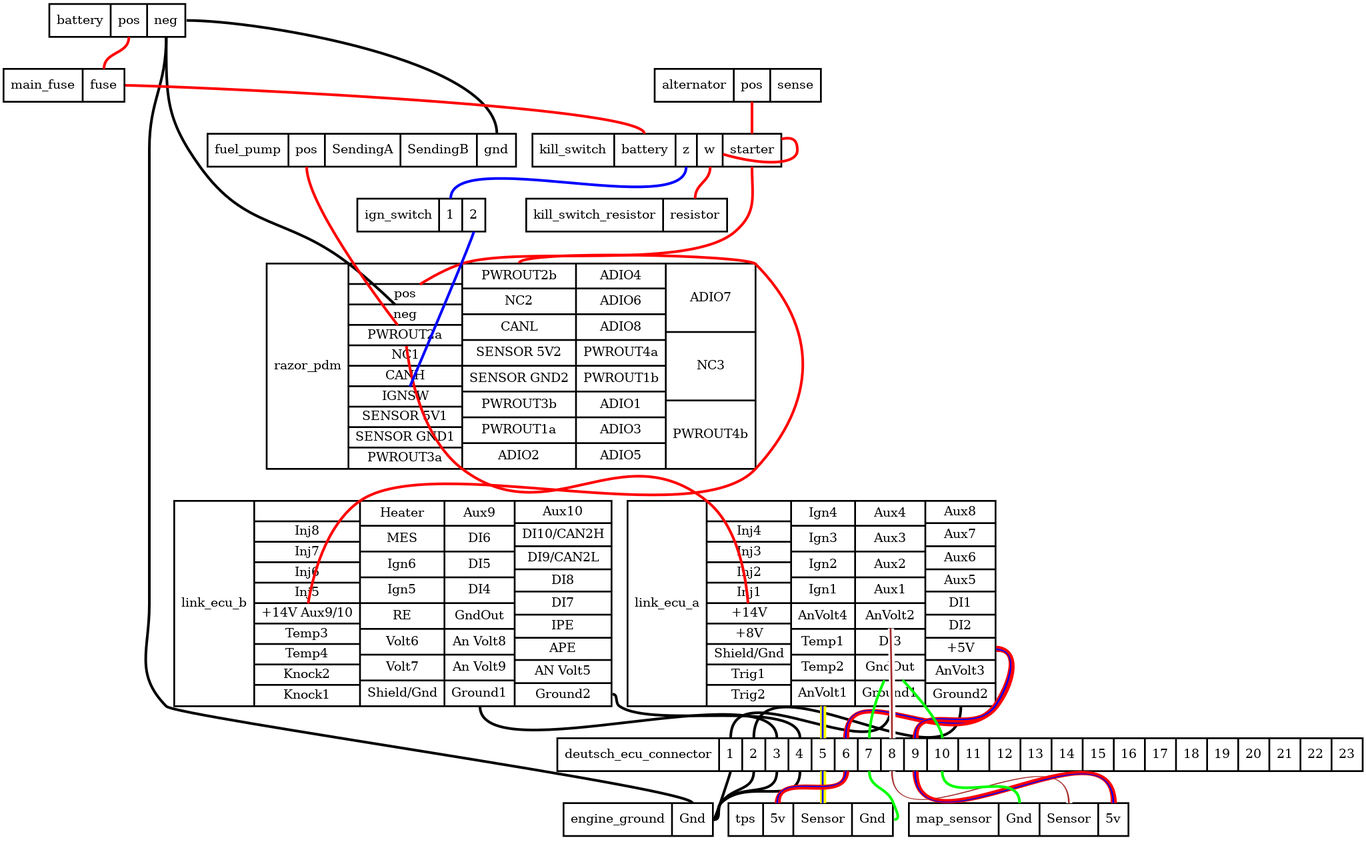
djhedges/corrado_wiring keeps this Graphviz diagram as corrado_wiring.png. Above is the earlier version. Its source is kept beside it as corrado_wiring.dot.
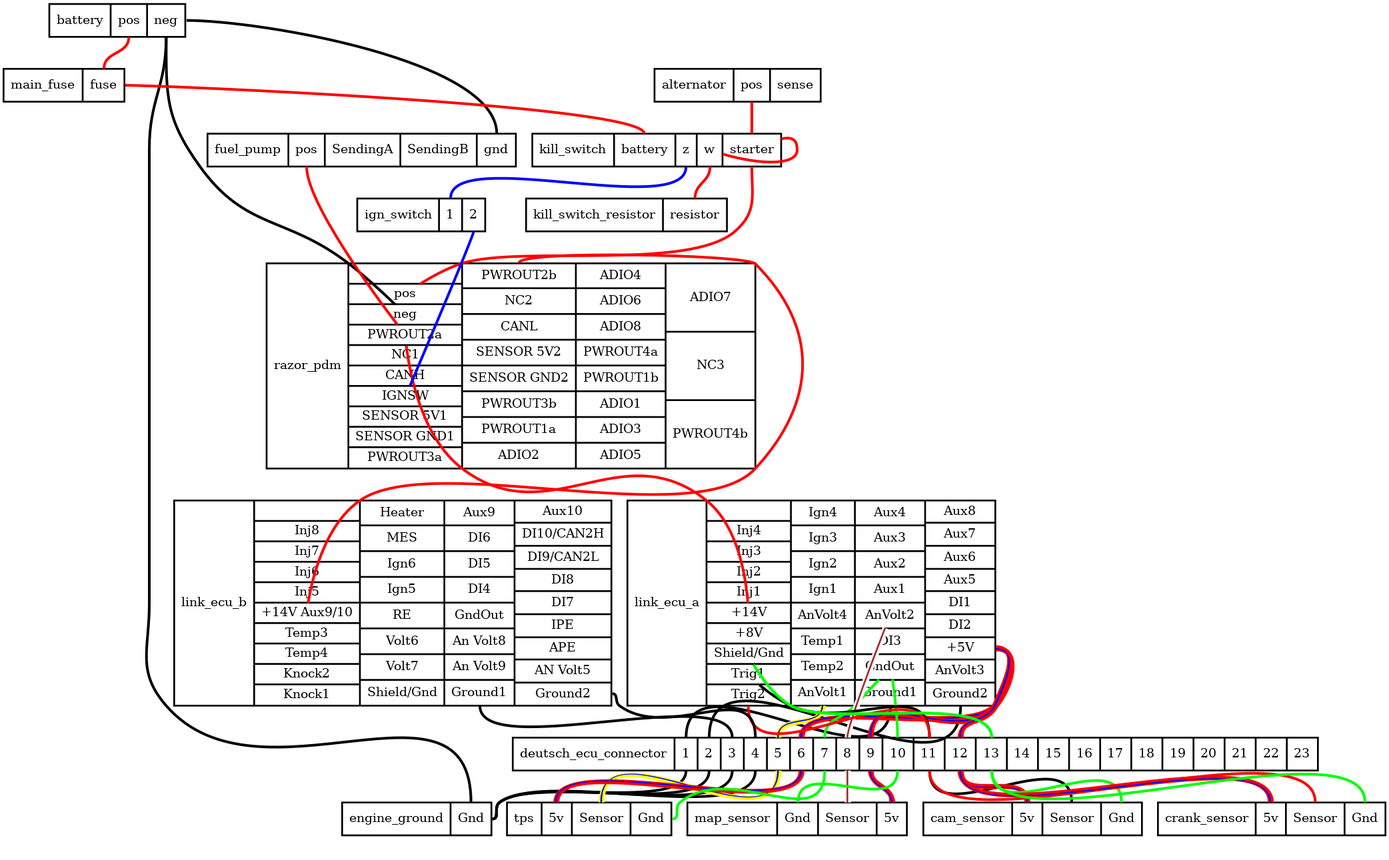
The same diagram one commit later.

Commit message:
Add cam & crank sensor

The edit, as a diff of the source:
```diff
@@ -1,5 +1,5 @@
 graph "" {
-	graph [bb="0,0,1529,936"];
+	graph [bb="0,0,1555,936"];
 	node [label="\N"];
 	battery	[height=0.51389,
 		label="battery | <pos> pos | <neg> neg ",
@@ -48,15 +48,15 @@
 		pos="206,917.5 288.57,917.5 555,872.57 555,790"];
 	engine_ground	[height=0.51389,
 		label="engine_ground | <Gnd> Gnd ",
-		pos="714,18.5",
-		rects="630,0.5,752,36.5 752,0.5,798,36.5",
+		pos="465,18.5",
+		rects="381,0.5,503,36.5 503,0.5,549,36.5",
 		shape=record,
 		style=bold,
 		width=2.3333];
 	battery:neg -- engine_ground:Gnd	[color=black,
 		penwidth=3,
-		pos="183,899 183,842.15 164,829.35 164,772.5 164,772.5 164,772.5 164,260.5 164,208.92 146.85,182.8 183,146 194.72,134.07 775,53.721 775,\
-37"];
+		pos="183,899 183,842.15 164,829.35 164,772.5 164,772.5 164,772.5 164,260.5 164,208.92 149.23,184.99 183,146 287.72,25.089 526,196.96 \
+526,37"];
 	kill_switch	[height=0.51389,
 		label="kill_switch | <battery> battery | <z> z | <w> w | <starter> starter ",
 		pos="735,771.5",
@@ -138,44 +138,62 @@
 	deutsch_ecu_connector	[height=0.51389,
 		label="deutsch_ecu_connector | <1> 1 | <2> 2 | <3> 3 | <4> 4 | <5> 5 | <6> 6 | <7> 7 | <8> 8 | <9> 9 | <10> 10 | <11> 11 | <12> 12 | <13> \
 13 | <14> 14 | <15> 15 | <16> 16 | <17> 17 | <18> 18 | <19> 19 | <20> 20 | <21> 21 | <22> 22 | <23> 23 ",
-		pos="1076,91.5",
-		rects="623,73.5,805,109.5 805,73.5,831,109.5 831,73.5,857,109.5 857,73.5,883,109.5 883,73.5,909,109.5 909,73.5,935,109.5 935,73.5,961,109.5 \
-961,73.5,987,109.5 987,73.5,1013,109.5 1013,73.5,1039,109.5 1039,73.5,1074,109.5 1074,73.5,1109,109.5 1109,73.5,1144,109.5 1144,\
-73.5,1179,109.5 1179,73.5,1214,109.5 1214,73.5,1249,109.5 1249,73.5,1284,109.5 1284,73.5,1319,109.5 1319,73.5,1354,109.5 1354,73.5,\
-1389,109.5 1389,73.5,1424,109.5 1424,73.5,1459,109.5 1459,73.5,1494,109.5 1494,73.5,1529,109.5",
+		pos="1026,91.5",
+		rects="573,73.5,755,109.5 755,73.5,781,109.5 781,73.5,807,109.5 807,73.5,833,109.5 833,73.5,859,109.5 859,73.5,885,109.5 885,73.5,911,109.5 \
+911,73.5,937,109.5 937,73.5,963,109.5 963,73.5,989,109.5 989,73.5,1024,109.5 1024,73.5,1059,109.5 1059,73.5,1094,109.5 1094,73.5,\
+1129,109.5 1129,73.5,1164,109.5 1164,73.5,1199,109.5 1199,73.5,1234,109.5 1234,73.5,1269,109.5 1269,73.5,1304,109.5 1304,73.5,1339,\
+109.5 1339,73.5,1374,109.5 1374,73.5,1409,109.5 1409,73.5,1444,109.5 1444,73.5,1479,109.5",
 		shape=record,
 		style=bold,
 		width=12.583];
 	link_ecu_a:Ground1 -- deutsch_ecu_connector:1	[color=black,
 		penwidth=3,
-		pos="998,146 998,64.416 818,191.58 818,110"];
+		pos="998,146 998,42.533 768,213.47 768,110"];
 	link_ecu_a:Ground2 -- deutsch_ecu_connector:2	[color=black,
 		penwidth=3,
-		pos="1077,146 1077,41.216 844,214.78 844,110"];
+		pos="1077,146 1077,19.209 794,236.79 794,110"];
 	link_ecu_a:AnVolt1 -- deutsch_ecu_connector:5	[color="yellow:blue:yellow",
 		penwidth=3,
-		pos="922,146 922,130 922,126 922,110"];
+		pos="922,146 922,118.62 872,137.38 872,110"];
 	link_ecu_a:"+5V" -- deutsch_ecu_connector:6	[color="red:blue:red",
 		penwidth=3,
-		pos="1117,210.5 1145.7,210.5 1134.2,168.16 1116,146 1067.5,86.99 948,186.36 948,110"];
+		pos="1117,210.5 1145.7,210.5 1134.7,167.72 1116,146 1083.9,108.81 898,159.1 898,110"];
 	link_ecu_a:GndOut -- deutsch_ecu_connector:7	[color=green,
 		penwidth=3,
-		pos="990.93,175.24 983.85,159.62 974,133.64 974,110"];
+		pos="985.08,175.35 977.27,166.82 967.09,155.76 958,146 943,129.9 924,132.01 924,110"];
 	link_ecu_a:AnVolt2 -- deutsch_ecu_connector:8	[color="white:brown:white",
 		penwidth=3,
-		pos="998.34,233.45 998.91,208.56 1000,155.12 1000,110"];
+		pos="992.49,233.43 979.89,201 950,122.77 950,110"];
 	link_ecu_a:"+5V" -- deutsch_ecu_connector:9	[color="red:blue:red",
 		penwidth=3,
-		pos="1117,210.5 1145.7,210.5 1132.3,169.62 1116,146 1091.6,110.51 1026,153.08 1026,110"];
+		pos="1117,210.5 1145.7,210.5 1133.7,168.52 1116,146 1076.2,95.535 976,174.25 976,110"];
 	link_ecu_a:GndOut -- deutsch_ecu_connector:10	[color=green,
 		penwidth=3,
-		pos="1011.5,175.47 1028.6,156.97 1056,125.03 1056,110"];
+		pos="1000.3,175.47 1002.6,159.62 1006,133.03 1006,110"];
+	link_ecu_a:Trig1 -- deutsch_ecu_connector:11	[color=black,
+		penwidth=3,
+		pos="850.57,169.32 859.78,161.69 872.91,151.92 886,146 950.83,116.66 1042,181.16 1042,110"];
+	link_ecu_a:"+5V" -- deutsch_ecu_connector:12	[color="red:blue:red",
+		penwidth=3,
+		pos="1117,210.5 1145.7,210.5 1127.7,172.17 1116,146 1106.4,124.47 1077,133.59 1077,110"];
+	link_ecu_a:"Shield/Gnd" -- deutsch_ecu_connector:13	[color=green,
+		penwidth=3,
+		pos="844.1,192.09 851.92,178.69 866.78,156.92 886,146 930.22,120.88 1112,160.86 1112,110"];
+	link_ecu_a:Trig2 -- deutsch_ecu_connector:11	[color=red,
+		penwidth=3,
+		pos="838,146 838,53.932 1042,202.07 1042,110"];
+	link_ecu_a:"+5V" -- deutsch_ecu_connector:12	[color="red:blue:red",
+		penwidth=3,
+		pos="1117,210.5 1145.7,210.5 1127.7,172.17 1116,146 1106.4,124.47 1077,133.59 1077,110"];
+	link_ecu_a:"Shield/Gnd" -- deutsch_ecu_connector:13	[color=green,
+		penwidth=3,
+		pos="844.1,192.09 851.92,178.69 866.78,156.92 886,146 930.22,120.88 1112,160.86 1112,110"];
 	link_ecu_b:Ground1 -- deutsch_ecu_connector:3	[color=black,
 		penwidth=3,
-		pos="536,146 536,71.348 870,184.65 870,110"];
+		pos="536,146 536,82.384 820,173.62 820,110"];
 	link_ecu_b:Ground2 -- deutsch_ecu_connector:4	[color=black,
 		penwidth=3,
-		pos="685,159.5 691.97,159.5 687.27,149.97 693,146 730.67,119.92 896,155.81 896,110"];
+		pos="685,159.5 691.97,159.5 687.38,150.13 693,146 749.3,104.65 846,179.86 846,110"];
 	ign_switch:2 -- razor_pdm:IGNSW	[color=blue,
 		penwidth=3,
 		pos="529,680 529,675.28 474.44,546.35 457.17,505.67"];
@@ -191,46 +209,78 @@
 		pos="842,826 842,810 842,806 842,790"];
 	deutsch_ecu_connector:1 -- engine_ground:Gnd	[color=black,
 		penwidth=3,
-		pos="818,73 818,71.397 800.6,18.5 799,18.5"];
+		pos="768,73 768,25.653 595.22,66.261 558,37 550.96,31.464 558.96,18.5 550,18.5"];
 	deutsch_ecu_connector:2 -- engine_ground:Gnd	[color=black,
 		penwidth=3,
-		pos="844,73 844,50.056 820.02,55.889 807,37 801.92,29.625 807.96,18.5 799,18.5"];
+		pos="794,73 794,19.949 600.01,69.401 558,37 550.91,31.529 558.96,18.5 550,18.5"];
 	deutsch_ecu_connector:3 -- engine_ground:Gnd	[color=black,
 		penwidth=3,
-		pos="870,73 870,40.751 828.5,61.033 807,37 801.03,30.324 807.96,18.5 799,18.5"];
+		pos="820,73 820,14.231 604.8,72.548 558,37 550.87,31.582 558.96,18.5 550,18.5"];
 	deutsch_ecu_connector:4 -- engine_ground:Gnd	[color=black,
 		penwidth=3,
-		pos="896,73 896,30.331 837.53,66.811 807,37 800.59,30.741 807.96,18.5 799,18.5"];
+		pos="846,73 846,8.5019 609.6,75.699 558,37 550.83,31.625 558.96,18.5 550,18.5"];
 	tps	[height=0.51389,
 		label="tps | <5v> 5v | <Sensor> Sensor | <Gnd> Gnd ",
-		pos="908,18.5",
-		rects="815.5,0.5,854.5,36.5 854.5,0.5,888.5,36.5 888.5,0.5,954.5,36.5 954.5,0.5,1000.5,36.5",
+		pos="659,18.5",
+		rects="566.5,0.5,605.5,36.5 605.5,0.5,639.5,36.5 639.5,0.5,705.5,36.5 705.5,0.5,751.5,36.5",
 		shape=record,
 		style=bold,
 		width=2.5694];
 	deutsch_ecu_connector:5 -- tps:Sensor	[color="yellow:blue:yellow",
 		penwidth=3,
-		pos="922,73 922,57 922,53 922,37"];
+		pos="872,73 872,-16.88 673,126.88 673,37"];
 	deutsch_ecu_connector:6 -- tps:"5v"	[color="red:blue:red",
 		penwidth=3,
-		pos="948,73 948,35.222 871,74.778 871,37"];
+		pos="898,73 898,11.147 622,98.853 622,37"];
 	deutsch_ecu_connector:7 -- tps:Gnd	[color=green,
 		penwidth=3,
-		pos="974,73 974,53 994.17,55.796 1001,37 1003.8,29.261 1010.2,18.5 1002,18.5"];
+		pos="924,73 924,-1.1903 818.22,84.225 761,37 754.09,31.298 761.96,18.5 753,18.5"];
 	map_sensor	[height=0.51389,
 		label="map_sensor | <Gnd> Gnd | <Sensor> Sensor | <5v> 5v ",
-		pos="1142,18.5",
-		rects="1018.5,0.5,1119.5,36.5 1119.5,0.5,1165.5,36.5 1165.5,0.5,1231.5,36.5 1231.5,0.5,1265.5,36.5",
+		pos="893,18.5",
+		rects="769.5,0.5,870.5,36.5 870.5,0.5,916.5,36.5 916.5,0.5,982.5,36.5 982.5,0.5,1016.5,36.5",
 		shape=record,
 		style=bold,
 		width=3.4306];
 	deutsch_ecu_connector:8 -- map_sensor:Sensor	[color="white:brown:white",
 		penwidth=3,
-		pos="1000,73 1000,-16.88 1199,126.88 1199,37"];
+		pos="950,73 950,57 950,53 950,37"];
 	deutsch_ecu_connector:9 -- map_sensor:"5v"	[color="red:blue:red",
 		penwidth=3,
-		pos="1026,73 1026,-27.394 1249,137.39 1249,37"];
+		pos="976,73 976,53.77 1000,56.23 1000,37"];
 	deutsch_ecu_connector:10 -- map_sensor:Gnd	[color=green,
 		penwidth=3,
-		pos="1056,73 1056,31.154 1143,78.846 1143,37"];
+		pos="1006,73 1006,20.714 894,89.286 894,37"];
+	cam_sensor	[height=0.51389,
+		label="cam_sensor | <5v> 5v | <Sensor> Sensor | <Gnd> Gnd ",
+		pos="1158,18.5",
+		rects="1035,0.5,1135,36.5 1135,0.5,1169,36.5 1169,0.5,1235,36.5 1235,0.5,1281,36.5",
+		shape=record,
+		style=bold,
+		width=3.4167];
+	deutsch_ecu_connector:11 -- cam_sensor:Sensor	[color=black,
+		penwidth=3,
+		pos="1042,73 1042,0.11111 1202,109.89 1202,37"];
+	deutsch_ecu_connector:12 -- cam_sensor:"5v"	[color="red:blue:red",
+		penwidth=3,
+		pos="1077,73 1077,36.026 1152,73.974 1152,37"];
+	deutsch_ecu_connector:13 -- cam_sensor:Gnd	[color=green,
+		penwidth=3,
+		pos="1112,73 1112,6.1676 1258,103.83 1258,37"];
+	crank_sensor	[height=0.51389,
+		label="crank_sensor | <5v> 5v | <Sensor> Sensor | <Gnd> Gnd ",
+		pos="1427,18.5",
+		rects="1299,0.5,1409,36.5 1409,0.5,1443,36.5 1443,0.5,1509,36.5 1509,0.5,1555,36.5",
+		shape=record,
+		style=bold,
+		width=3.5556];
+	deutsch_ecu_connector:11 -- crank_sensor:Sensor	[color=red,
+		penwidth=3,
+		pos="1042,73 1042,-23.776 1476,133.78 1476,37"];
+	deutsch_ecu_connector:12 -- crank_sensor:"5v"	[color="red:blue:red",
+		penwidth=3,
+		pos="1077,73 1077,-4.9671 1426,114.97 1426,37"];
+	deutsch_ecu_connector:13 -- crank_sensor:Gnd	[color=green,
+		penwidth=3,
+		pos="1112,73 1112,-20.676 1532,130.68 1532,37"];
 }
```
